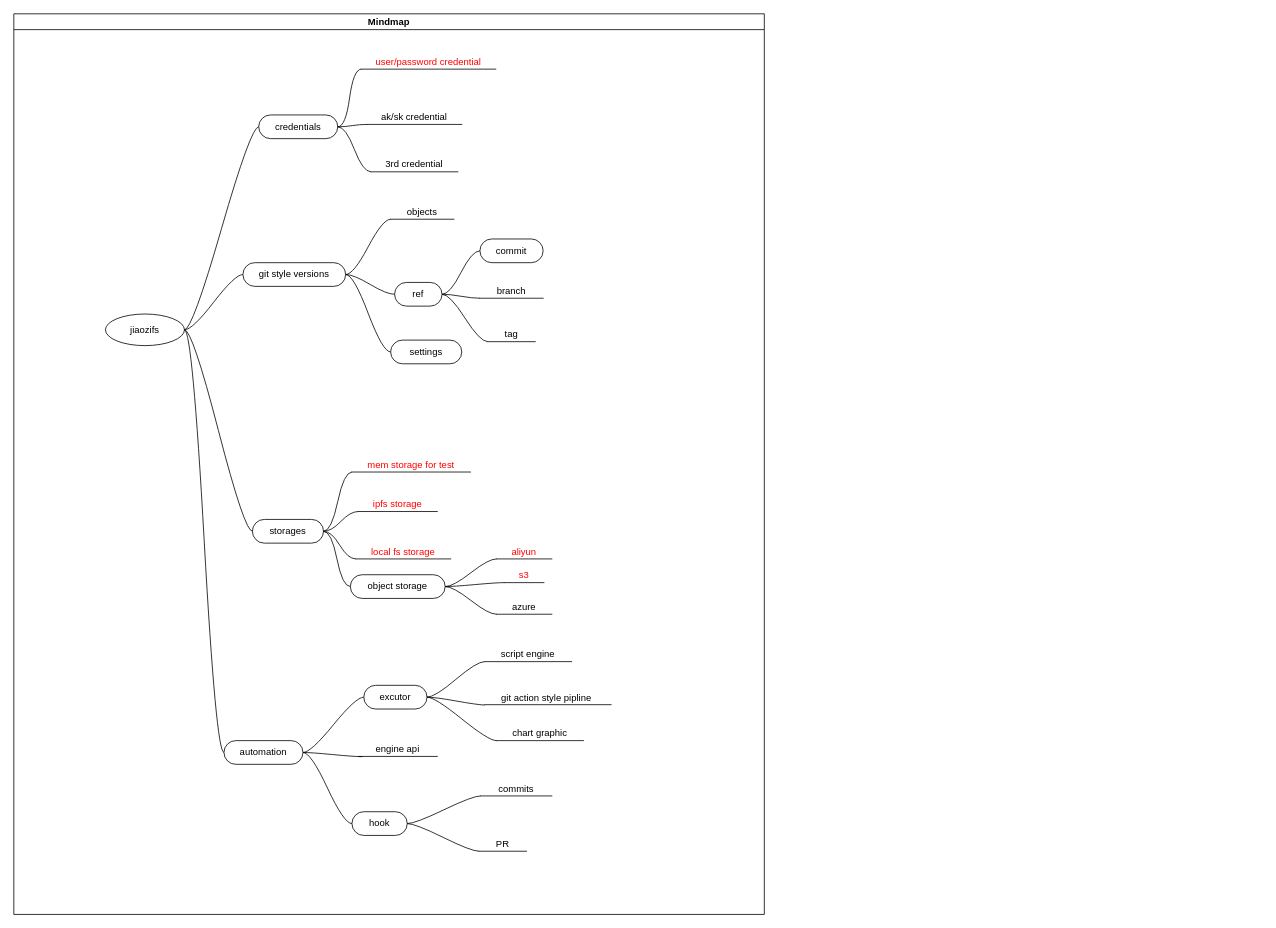
This is jiaozifs_mind.drawio from hunjixin/charts, a draw.io file, before an edit. Source tidied: cells renumbered, new cells numbered last; positions are measured from the earlier drawing's top-left corner, leaving out a move shared by most shapes. Both pictures are drawn from the tidied source at 79%, with x=0, y=0 at pixel (13, 13).
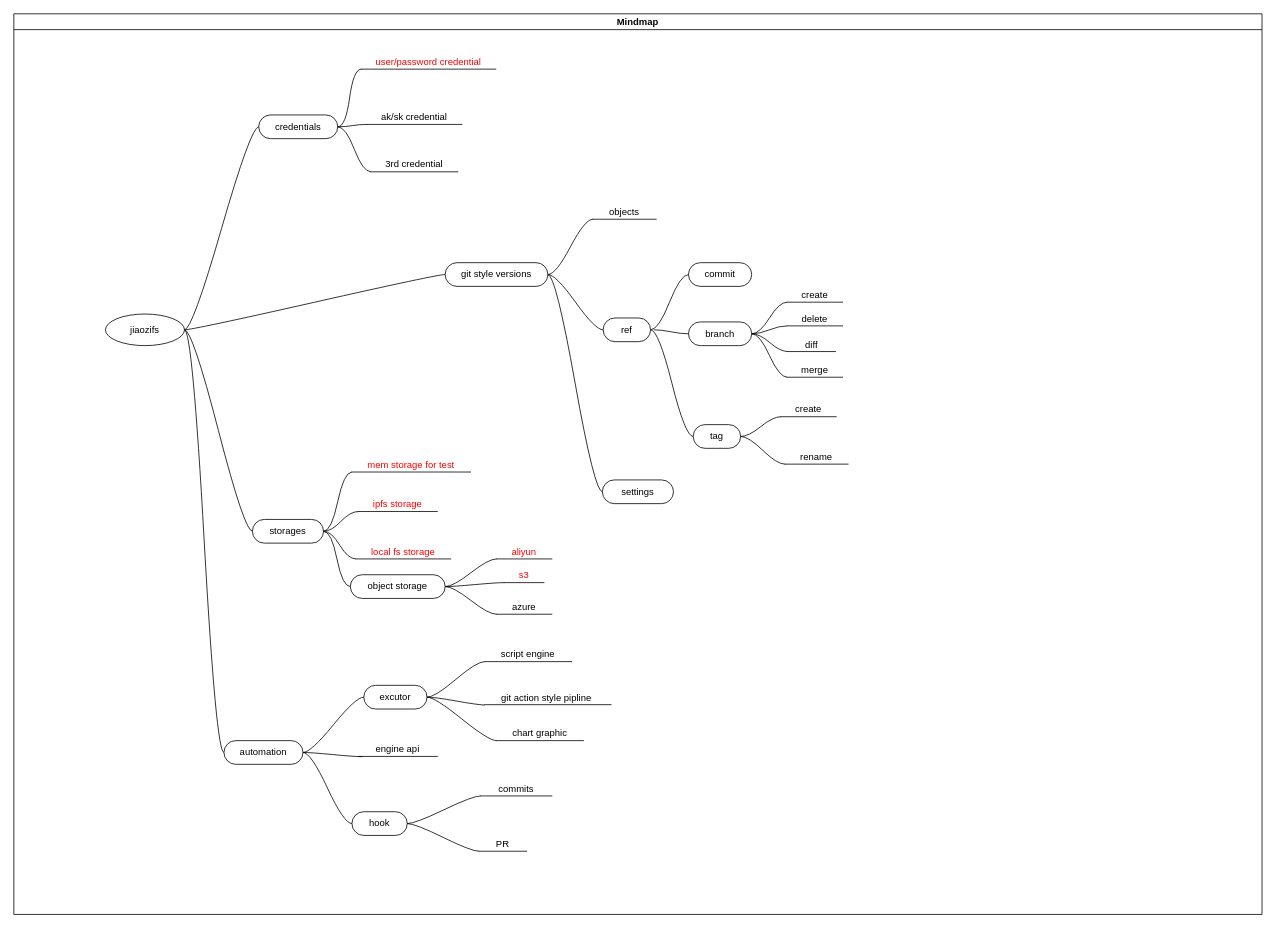
The same diagram, later.

Diff of the diagram source:
```diff
@@
     <mxCell id="2" value="Mindmap" style="swimlane;startSize=20;horizontal=1;containerType=tree;" parent="1" vertex="1">
-      <mxGeometry width="950" height="1140" as="geometry" />
+      <mxGeometry width="1580" height="1140" as="geometry" />
     </mxCell>
@@
-    <mxCell id="10" style="edgeStyle=entityRelationEdgeStyle;rounded=0;jettySize=auto;html=1;startArrow=none;endArrow=none;segment=10;curved=1;sourcePerimeterSpacing=0;targetPerimeterSpacing=0;exitX=1;exitY=0.5;exitDx=0;exitDy=0;entryX=0;entryY=1;entryDx=0;entryDy=0;" parent="2" edge="1" source="56" target="51">
-      <mxGeometry relative="1" as="geometry" />
-    </mxCell>
-    <mxCell id="11" style="edgeStyle=entityRelationEdgeStyle;rounded=0;jettySize=auto;html=1;startArrow=none;endArrow=none;segment=10;curved=1;sourcePerimeterSpacing=0;targetPerimeterSpacing=0;entryX=0;entryY=1;entryDx=0;entryDy=0;exitX=1;exitY=0.5;exitDx=0;exitDy=0;" parent="2" edge="1" source="56" target="52">
-      <mxGeometry relative="1" as="geometry" />
-    </mxCell>
@@
     <mxCell id="13" value="git style versions" style="whiteSpace=wrap;html=1;rounded=1;arcSize=50;align=center;verticalAlign=middle;strokeWidth=1;spacing=4;newEdgeStyle={&quot;edgeStyle&quot;:&quot;entityRelationEdgeStyle&quot;,&quot;startArrow&quot;:&quot;none&quot;,&quot;endArrow&quot;:&quot;none&quot;,&quot;segment&quot;:10,&quot;curved&quot;:1,&quot;sourcePerimeterSpacing&quot;:0,&quot;targetPerimeterSpacing&quot;:0};" parent="2" vertex="1">
-      <mxGeometry x="290" y="315" width="130" height="30" as="geometry" />
+      <mxGeometry x="546" y="315" width="130" height="30" as="geometry" />
     </mxCell>
@@
-    <mxCell id="51" value="branch" style="whiteSpace=wrap;html=1;shape=partialRectangle;top=0;left=0;bottom=1;right=0;points=[[0,1],[1,1]];fillColor=none;align=center;verticalAlign=bottom;routingCenterY=0.5;snapToPoint=1;newEdgeStyle={&quot;edgeStyle&quot;:&quot;entityRelationEdgeStyle&quot;,&quot;startArrow&quot;:&quot;none&quot;,&quot;endArrow&quot;:&quot;none&quot;,&quot;segment&quot;:10,&quot;curved&quot;:1,&quot;sourcePerimeterSpacing&quot;:0,&quot;targetPerimeterSpacing&quot;:0};" parent="2" vertex="1">
-      <mxGeometry x="590" y="330" width="80" height="30" as="geometry" />
-    </mxCell>
-    <mxCell id="52" value="tag" style="whiteSpace=wrap;html=1;shape=partialRectangle;top=0;left=0;bottom=1;right=0;points=[[0,1],[1,1]];fillColor=none;align=center;verticalAlign=bottom;routingCenterY=0.5;snapToPoint=1;newEdgeStyle={&quot;edgeStyle&quot;:&quot;entityRelationEdgeStyle&quot;,&quot;startArrow&quot;:&quot;none&quot;,&quot;endArrow&quot;:&quot;none&quot;,&quot;segment&quot;:10,&quot;curved&quot;:1,&quot;sourcePerimeterSpacing&quot;:0,&quot;targetPerimeterSpacing&quot;:0};" parent="2" vertex="1">
-      <mxGeometry x="600" y="385" width="60" height="30" as="geometry" />
-    </mxCell>
     <mxCell id="53" value="objects" style="whiteSpace=wrap;html=1;shape=partialRectangle;top=0;left=0;bottom=1;right=0;points=[[0,1],[1,1]];fillColor=none;align=center;verticalAlign=bottom;routingCenterY=0.5;snapToPoint=1;newEdgeStyle={&quot;edgeStyle&quot;:&quot;entityRelationEdgeStyle&quot;,&quot;startArrow&quot;:&quot;none&quot;,&quot;endArrow&quot;:&quot;none&quot;,&quot;segment&quot;:10,&quot;curved&quot;:1,&quot;sourcePerimeterSpacing&quot;:0,&quot;targetPerimeterSpacing&quot;:0};" parent="2" vertex="1">
-      <mxGeometry x="477" y="230" width="80" height="30" as="geometry" />
+      <mxGeometry x="733" y="230" width="80" height="30" as="geometry" />
     </mxCell>
     <mxCell id="54" value="commit" style="whiteSpace=wrap;html=1;rounded=1;arcSize=50;align=center;verticalAlign=middle;strokeWidth=1;spacing=4;newEdgeStyle={&quot;edgeStyle&quot;:&quot;entityRelationEdgeStyle&quot;,&quot;startArrow&quot;:&quot;none&quot;,&quot;endArrow&quot;:&quot;none&quot;,&quot;segment&quot;:10,&quot;curved&quot;:1,&quot;sourcePerimeterSpacing&quot;:0,&quot;targetPerimeterSpacing&quot;:0};" parent="2" vertex="1">
-      <mxGeometry x="590" y="285" width="80" height="30" as="geometry" />
+      <mxGeometry x="854" y="315" width="80" height="30" as="geometry" />
     </mxCell>
@@
     <mxCell id="56" value="ref" style="whiteSpace=wrap;html=1;rounded=1;arcSize=50;align=center;verticalAlign=middle;strokeWidth=1;spacing=4;newEdgeStyle={&quot;edgeStyle&quot;:&quot;entityRelationEdgeStyle&quot;,&quot;startArrow&quot;:&quot;none&quot;,&quot;endArrow&quot;:&quot;none&quot;,&quot;segment&quot;:10,&quot;curved&quot;:1,&quot;sourcePerimeterSpacing&quot;:0,&quot;targetPerimeterSpacing&quot;:0};" parent="2" vertex="1">
-      <mxGeometry x="482" y="340" width="60" height="30" as="geometry" />
+      <mxGeometry x="746" y="385" width="60" height="30" as="geometry" />
     </mxCell>
@@
     <mxCell id="58" value="settings" style="whiteSpace=wrap;html=1;rounded=1;arcSize=50;align=center;verticalAlign=middle;strokeWidth=1;spacing=4;newEdgeStyle={&quot;edgeStyle&quot;:&quot;entityRelationEdgeStyle&quot;,&quot;startArrow&quot;:&quot;none&quot;,&quot;endArrow&quot;:&quot;none&quot;,&quot;segment&quot;:10,&quot;curved&quot;:1,&quot;sourcePerimeterSpacing&quot;:0,&quot;targetPerimeterSpacing&quot;:0};" parent="2" vertex="1">
-      <mxGeometry x="477" y="413" width="90" height="30" as="geometry" />
+      <mxGeometry x="745" y="590" width="90" height="30" as="geometry" />
     </mxCell>
@@
+    <mxCell id="52" value="tag" style="whiteSpace=wrap;html=1;rounded=1;arcSize=50;align=center;verticalAlign=middle;strokeWidth=1;spacing=4;newEdgeStyle={&quot;edgeStyle&quot;:&quot;entityRelationEdgeStyle&quot;,&quot;startArrow&quot;:&quot;none&quot;,&quot;endArrow&quot;:&quot;none&quot;,&quot;segment&quot;:10,&quot;curved&quot;:1,&quot;sourcePerimeterSpacing&quot;:0,&quot;targetPerimeterSpacing&quot;:0};" parent="2" vertex="1">
+      <mxGeometry x="860" y="520" width="60" height="30" as="geometry" />
+    </mxCell>
+    <mxCell id="11" style="edgeStyle=entityRelationEdgeStyle;startArrow=none;endArrow=none;segment=10;curved=1;sourcePerimeterSpacing=0;targetPerimeterSpacing=0;rounded=0;exitX=1;exitY=0.5;exitDx=0;exitDy=0;" parent="2" edge="1" source="56" target="52">
+      <mxGeometry relative="1" as="geometry" />
+    </mxCell>
+    <mxCell id="60" style="edgeStyle=entityRelationEdgeStyle;rounded=0;jettySize=auto;html=1;startArrow=none;endArrow=none;segment=10;curved=1;sourcePerimeterSpacing=0;targetPerimeterSpacing=0;exitX=1;exitY=0.5;exitDx=0;exitDy=0;entryX=0;entryY=1;entryDx=0;entryDy=0;" parent="2" edge="1" source="51" target="70">
+      <mxGeometry relative="1" as="geometry" />
+    </mxCell>
+    <mxCell id="61" style="edgeStyle=entityRelationEdgeStyle;rounded=0;jettySize=auto;html=1;startArrow=none;endArrow=none;segment=10;curved=1;sourcePerimeterSpacing=0;targetPerimeterSpacing=0;exitX=1;exitY=0.5;exitDx=0;exitDy=0;entryX=0;entryY=1;entryDx=0;entryDy=0;" parent="2" edge="1" source="51" target="71">
+      <mxGeometry relative="1" as="geometry" />
+    </mxCell>
+    <mxCell id="62" style="edgeStyle=entityRelationEdgeStyle;rounded=0;jettySize=auto;html=1;startArrow=none;endArrow=none;segment=10;curved=1;sourcePerimeterSpacing=0;targetPerimeterSpacing=0;exitX=1;exitY=0.5;exitDx=0;exitDy=0;entryX=0;entryY=1;entryDx=0;entryDy=0;" parent="2" edge="1" source="51" target="72">
+      <mxGeometry relative="1" as="geometry" />
+    </mxCell>
+    <mxCell id="51" value="branch" style="whiteSpace=wrap;html=1;rounded=1;arcSize=50;align=center;verticalAlign=middle;strokeWidth=1;spacing=4;newEdgeStyle={&quot;edgeStyle&quot;:&quot;entityRelationEdgeStyle&quot;,&quot;startArrow&quot;:&quot;none&quot;,&quot;endArrow&quot;:&quot;none&quot;,&quot;segment&quot;:10,&quot;curved&quot;:1,&quot;sourcePerimeterSpacing&quot;:0,&quot;targetPerimeterSpacing&quot;:0};" parent="2" vertex="1">
+      <mxGeometry x="854" y="390" width="80" height="30" as="geometry" />
+    </mxCell>
+    <mxCell id="63" style="edgeStyle=entityRelationEdgeStyle;startArrow=none;endArrow=none;segment=10;curved=1;sourcePerimeterSpacing=0;targetPerimeterSpacing=0;rounded=0;" parent="2" edge="1" target="51">
+      <mxGeometry relative="1" as="geometry">
+        <mxPoint x="810" y="400" as="sourcePoint" />
+      </mxGeometry>
+    </mxCell>
+    <mxCell id="64" value="create" style="whiteSpace=wrap;html=1;shape=partialRectangle;top=0;left=0;bottom=1;right=0;points=[[0,1],[1,1]];fillColor=none;align=center;verticalAlign=bottom;routingCenterY=0.5;snapToPoint=1;newEdgeStyle={&quot;edgeStyle&quot;:&quot;entityRelationEdgeStyle&quot;,&quot;startArrow&quot;:&quot;none&quot;,&quot;endArrow&quot;:&quot;none&quot;,&quot;segment&quot;:10,&quot;curved&quot;:1,&quot;sourcePerimeterSpacing&quot;:0,&quot;targetPerimeterSpacing&quot;:0};" parent="2" vertex="1">
+      <mxGeometry x="971" y="480" width="70" height="30" as="geometry" />
+    </mxCell>
+    <mxCell id="65" style="edgeStyle=entityRelationEdgeStyle;startArrow=none;endArrow=none;segment=10;curved=1;sourcePerimeterSpacing=0;targetPerimeterSpacing=0;rounded=0;exitX=1;exitY=0.5;exitDx=0;exitDy=0;" parent="2" edge="1" source="52" target="64">
+      <mxGeometry relative="1" as="geometry" />
+    </mxCell>
+    <mxCell id="66" value="rename" style="whiteSpace=wrap;html=1;shape=partialRectangle;top=0;left=0;bottom=1;right=0;points=[[0,1],[1,1]];fillColor=none;align=center;verticalAlign=bottom;routingCenterY=0.5;snapToPoint=1;newEdgeStyle={&quot;edgeStyle&quot;:&quot;entityRelationEdgeStyle&quot;,&quot;startArrow&quot;:&quot;none&quot;,&quot;endArrow&quot;:&quot;none&quot;,&quot;segment&quot;:10,&quot;curved&quot;:1,&quot;sourcePerimeterSpacing&quot;:0,&quot;targetPerimeterSpacing&quot;:0};" parent="2" vertex="1">
+      <mxGeometry x="976" y="540" width="80" height="30" as="geometry" />
+    </mxCell>
+    <mxCell id="67" style="edgeStyle=entityRelationEdgeStyle;startArrow=none;endArrow=none;segment=10;curved=1;sourcePerimeterSpacing=0;targetPerimeterSpacing=0;rounded=0;" parent="2" edge="1" source="52" target="66">
+      <mxGeometry relative="1" as="geometry" />
+    </mxCell>
+    <mxCell id="68" value="create" style="whiteSpace=wrap;html=1;shape=partialRectangle;top=0;left=0;bottom=1;right=0;points=[[0,1],[1,1]];fillColor=none;align=center;verticalAlign=bottom;routingCenterY=0.5;snapToPoint=1;newEdgeStyle={&quot;edgeStyle&quot;:&quot;entityRelationEdgeStyle&quot;,&quot;startArrow&quot;:&quot;none&quot;,&quot;endArrow&quot;:&quot;none&quot;,&quot;segment&quot;:10,&quot;curved&quot;:1,&quot;sourcePerimeterSpacing&quot;:0,&quot;targetPerimeterSpacing&quot;:0};" parent="2" vertex="1">
+      <mxGeometry x="979" y="335" width="70" height="30" as="geometry" />
+    </mxCell>
+    <mxCell id="69" style="edgeStyle=entityRelationEdgeStyle;startArrow=none;endArrow=none;segment=10;curved=1;sourcePerimeterSpacing=0;targetPerimeterSpacing=0;rounded=0;exitX=1;exitY=0.5;exitDx=0;exitDy=0;" parent="2" edge="1" source="51" target="68">
+      <mxGeometry relative="1" as="geometry" />
+    </mxCell>
+    <mxCell id="70" value="delete" style="whiteSpace=wrap;html=1;shape=partialRectangle;top=0;left=0;bottom=1;right=0;points=[[0,1],[1,1]];fillColor=none;align=center;verticalAlign=bottom;routingCenterY=0.5;snapToPoint=1;newEdgeStyle={&quot;edgeStyle&quot;:&quot;entityRelationEdgeStyle&quot;,&quot;startArrow&quot;:&quot;none&quot;,&quot;endArrow&quot;:&quot;none&quot;,&quot;segment&quot;:10,&quot;curved&quot;:1,&quot;sourcePerimeterSpacing&quot;:0,&quot;targetPerimeterSpacing&quot;:0};" parent="2" vertex="1">
+      <mxGeometry x="979" y="365" width="70" height="30" as="geometry" />
+    </mxCell>
+    <mxCell id="71" value="diff" style="whiteSpace=wrap;html=1;shape=partialRectangle;top=0;left=0;bottom=1;right=0;points=[[0,1],[1,1]];fillColor=none;align=center;verticalAlign=bottom;routingCenterY=0.5;snapToPoint=1;newEdgeStyle={&quot;edgeStyle&quot;:&quot;entityRelationEdgeStyle&quot;,&quot;startArrow&quot;:&quot;none&quot;,&quot;endArrow&quot;:&quot;none&quot;,&quot;segment&quot;:10,&quot;curved&quot;:1,&quot;sourcePerimeterSpacing&quot;:0,&quot;targetPerimeterSpacing&quot;:0};" parent="2" vertex="1">
+      <mxGeometry x="980" y="397.5" width="60" height="30" as="geometry" />
+    </mxCell>
+    <mxCell id="72" value="merge" style="whiteSpace=wrap;html=1;shape=partialRectangle;top=0;left=0;bottom=1;right=0;points=[[0,1],[1,1]];fillColor=none;align=center;verticalAlign=bottom;routingCenterY=0.5;snapToPoint=1;newEdgeStyle={&quot;edgeStyle&quot;:&quot;entityRelationEdgeStyle&quot;,&quot;startArrow&quot;:&quot;none&quot;,&quot;endArrow&quot;:&quot;none&quot;,&quot;segment&quot;:10,&quot;curved&quot;:1,&quot;sourcePerimeterSpacing&quot;:0,&quot;targetPerimeterSpacing&quot;:0};" parent="2" vertex="1">
+      <mxGeometry x="979" y="430" width="70" height="30" as="geometry" />
+    </mxCell>
```
